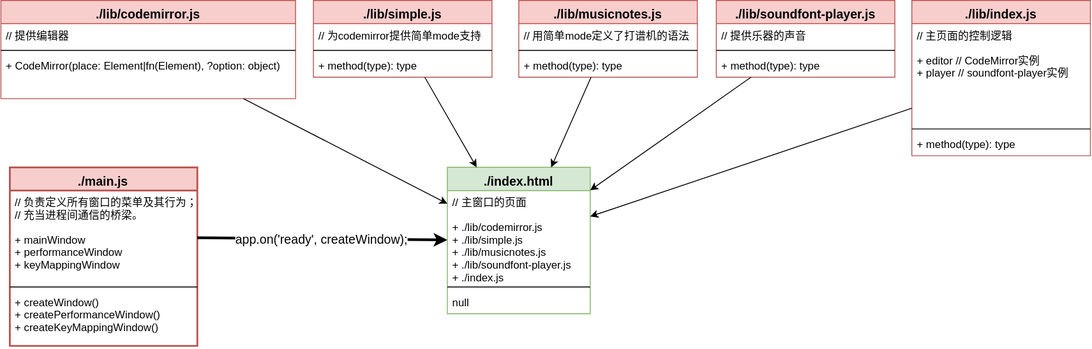
xieby1/DaPuJi keeps this draw.io diagram as readmePictures/打谱机结构图.svg. Above is the earlier version. Source tidied: cells renumbered, new cells last; positions are measured from the earlier drawing's top-left corner, leaving out a move shared by most shapes.
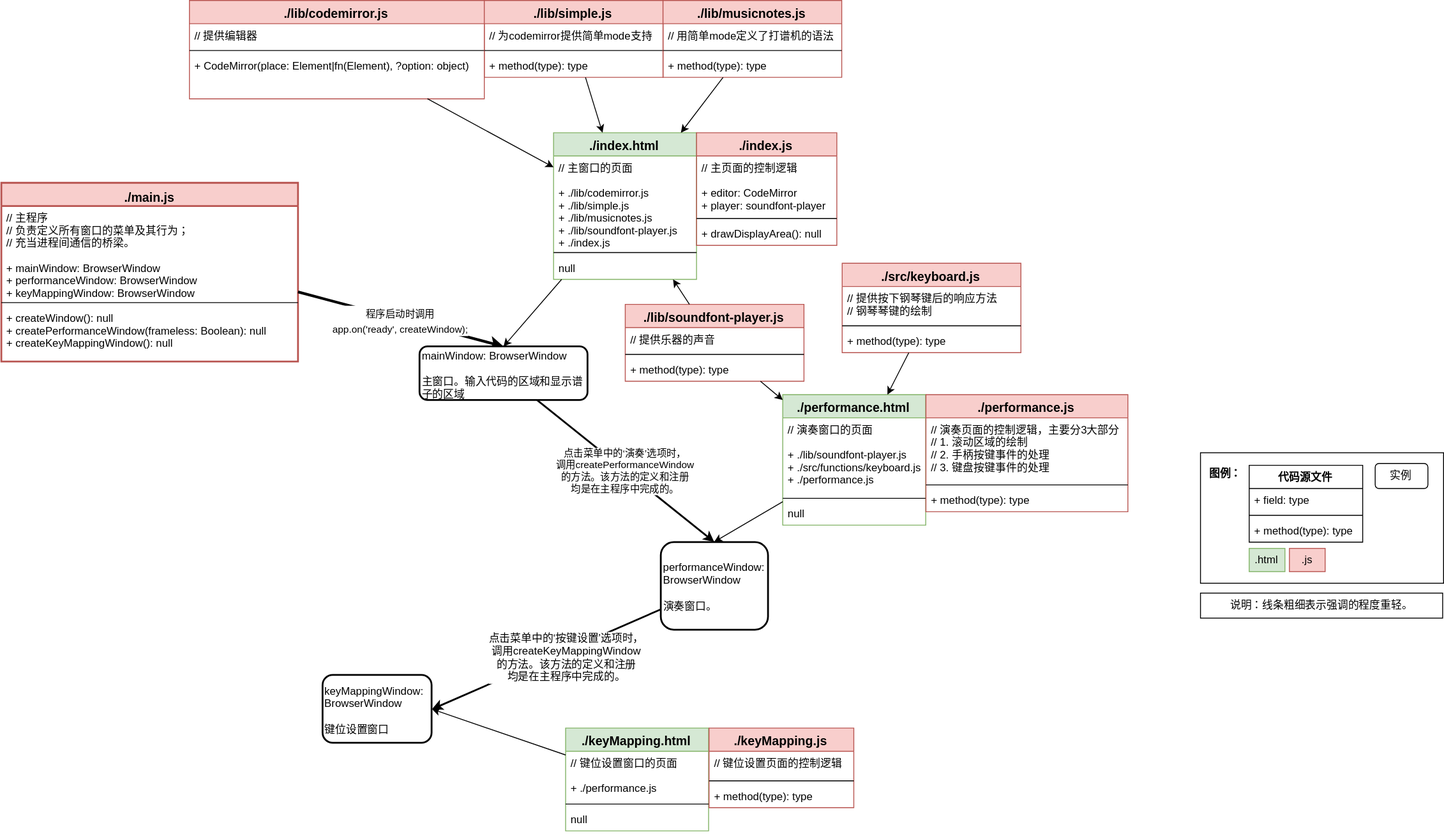
The same diagram one commit later.

Commit message:
更新代码结构图，update code structure diagram in Chinese

Change to the diagram source:
```diff
@@ -3,19 +3,19 @@
     <mxCell id="0" />
     <mxCell id="1" parent="0" />
     <mxCell id="2" value="./main.js" style="swimlane;fontStyle=1;align=center;verticalAlign=top;horizontal=1;startSize=26;fontSize=14;fillColor=#f8cecc;strokeColor=#b85450;strokeWidth=2;" parent="1" vertex="1">
-      <mxGeometry x="10" y="187" width="210" height="200" as="geometry" />
+      <mxGeometry x="-118" y="204" width="332" height="200" as="geometry" />
     </mxCell>
-    <mxCell id="3" value="// 负责定义所有窗口的菜单及其行为；&#10;// 充当进程间通信的桥梁。&#10;&#10;+ mainWindow&#10;+ performanceWindow&#10;+ keyMappingWindow&#10;" style="text;strokeColor=none;fillColor=none;align=left;verticalAlign=top;spacingLeft=4;spacingRight=4;overflow=hidden;points=[[0,0.5],[1,0.5]];portConstraint=eastwest;" parent="2" vertex="1">
-      <mxGeometry y="26" width="210" height="104" as="geometry" />
+    <mxCell id="3" value="// 主程序&#10;// 负责定义所有窗口的菜单及其行为；&#10;// 充当进程间通信的桥梁。&#10;&#10;+ mainWindow: BrowserWindow&#10;+ performanceWindow: BrowserWindow&#10;+ keyMappingWindow: BrowserWindow&#10;" style="text;strokeColor=none;fillColor=none;align=left;verticalAlign=top;spacingLeft=4;spacingRight=4;overflow=hidden;points=[[0,0.5],[1,0.5]];portConstraint=eastwest;" parent="2" vertex="1">
+      <mxGeometry y="26" width="332" height="104" as="geometry" />
     </mxCell>
     <mxCell id="4" style="line;strokeWidth=1;fillColor=none;align=left;verticalAlign=middle;spacingTop=-1;spacingLeft=3;spacingRight=3;labelPosition=right;" parent="2" vertex="1">
-      <mxGeometry y="130" width="210" height="8" as="geometry" />
+      <mxGeometry y="130" width="332" height="8" as="geometry" />
     </mxCell>
-    <mxCell id="5" value="+ createWindow()&#10;+ createPerformanceWindow()&#10;+ createKeyMappingWindow()&#10;" style="text;strokeColor=none;fillColor=none;align=left;verticalAlign=top;spacingLeft=4;spacingRight=4;overflow=hidden;" parent="2" vertex="1">
-      <mxGeometry y="138" width="210" height="62" as="geometry" />
+    <mxCell id="5" value="+ createWindow(): null&#10;+ createPerformanceWindow(frameless: Boolean): null&#10;+ createKeyMappingWindow(): null&#10;" style="text;strokeColor=none;fillColor=none;align=left;verticalAlign=top;spacingLeft=4;spacingRight=4;overflow=hidden;" parent="2" vertex="1">
+      <mxGeometry y="138" width="332" height="62" as="geometry" />
     </mxCell>
     <mxCell id="6" value="./index.html" style="swimlane;fontStyle=1;align=center;verticalAlign=top;horizontal=1;startSize=26;fontSize=14;fillColor=#d5e8d4;strokeColor=#82b366;" parent="1" vertex="1">
-      <mxGeometry x="500" y="187" width="160" height="164" as="geometry" />
+      <mxGeometry x="500" y="148" width="160" height="164" as="geometry" />
     </mxCell>
     <mxCell id="7" value="// 主窗口的页面&#10;&#10;+ ./lib/codemirror.js&#10;+ ./lib/simple.js&#10;+ ./lib/musicnotes.js&#10;+ ./lib/soundfont-player.js&#10;+ ./index.js&#10;" style="text;strokeColor=none;fillColor=none;align=left;verticalAlign=top;spacingLeft=4;spacingRight=4;overflow=hidden;" parent="6" vertex="1">
       <mxGeometry y="26" width="160" height="104" as="geometry" />
@@ -26,11 +26,11 @@
     <mxCell id="9" value="null" style="text;strokeColor=none;fillColor=none;align=left;verticalAlign=top;spacingLeft=4;spacingRight=4;overflow=hidden;" parent="6" vertex="1">
       <mxGeometry y="138" width="160" height="26" as="geometry" />
     </mxCell>
-    <mxCell id="10" value="&lt;span&gt;app.&lt;/span&gt;&lt;span&gt;on&lt;/span&gt;&lt;span&gt;(&lt;/span&gt;&lt;span&gt;'ready'&lt;/span&gt;&lt;span&gt;, &lt;/span&gt;&lt;span&gt;createWindow&lt;/span&gt;&lt;span&gt;)&lt;/span&gt;&lt;span&gt;;&lt;/span&gt;" style="endArrow=classic;html=1;fontSize=14;strokeWidth=3;" parent="1" edge="1" source="3" target="6">
+    <mxCell id="10" value="&lt;font style=&quot;font-size: 11px&quot;&gt;&lt;span&gt;程序启动时调用&lt;br&gt;app.&lt;/span&gt;&lt;span&gt;on&lt;/span&gt;&lt;span&gt;(&lt;/span&gt;&lt;span&gt;'ready'&lt;/span&gt;&lt;span&gt;, &lt;/span&gt;&lt;span&gt;createWindow&lt;/span&gt;&lt;span&gt;)&lt;/span&gt;&lt;span&gt;;&lt;/span&gt;&lt;/font&gt;" style="endArrow=classic;html=1;fontSize=14;strokeWidth=3;entryX=0.5;entryY=0;entryDx=0;entryDy=0;" parent="1" edge="1" source="3" target="40">
       <mxGeometry relative="1" as="geometry" />
     </mxCell>
     <mxCell id="11" value="./lib/codemirror.js" style="swimlane;fontStyle=1;align=center;verticalAlign=top;horizontal=1;startSize=26;fontSize=14;fillColor=#f8cecc;strokeColor=#b85450;" parent="1" vertex="1">
-      <mxGeometry width="330" height="110" as="geometry" />
+      <mxGeometry x="92.5" width="330" height="110" as="geometry" />
     </mxCell>
     <mxCell id="12" value="// 提供编辑器" style="text;strokeColor=none;fillColor=none;align=left;verticalAlign=top;spacingLeft=4;spacingRight=4;overflow=hidden;" parent="11" vertex="1">
       <mxGeometry y="26" width="330" height="26" as="geometry" />
@@ -42,7 +42,7 @@
       <mxGeometry y="60" width="330" height="50" as="geometry" />
     </mxCell>
     <mxCell id="15" value="./lib/simple.js" style="swimlane;fontStyle=1;align=center;verticalAlign=top;horizontal=1;startSize=26;fontSize=14;fillColor=#f8cecc;strokeColor=#b85450;" parent="1" vertex="1">
-      <mxGeometry x="350" width="200" height="86" as="geometry" />
+      <mxGeometry x="422.5" width="200" height="86" as="geometry" />
     </mxCell>
     <mxCell id="16" value="// 为codemirror提供简单mode支持" style="text;strokeColor=none;fillColor=none;align=left;verticalAlign=top;spacingLeft=4;spacingRight=4;overflow=hidden;" parent="15" vertex="1">
       <mxGeometry y="26" width="200" height="26" as="geometry" />
@@ -54,7 +54,7 @@
       <mxGeometry y="60" width="200" height="26" as="geometry" />
     </mxCell>
     <mxCell id="19" value="./lib/musicnotes.js" style="swimlane;fontStyle=1;align=center;verticalAlign=top;horizontal=1;startSize=26;fontSize=14;fillColor=#f8cecc;strokeColor=#b85450;" parent="1" vertex="1">
-      <mxGeometry x="580" width="200" height="86" as="geometry" />
+      <mxGeometry x="622.5" width="200" height="86" as="geometry" />
     </mxCell>
     <mxCell id="20" value="// 用简单mode定义了打谱机的语法" style="text;strokeColor=none;fillColor=none;align=left;verticalAlign=top;spacingLeft=4;spacingRight=4;overflow=hidden;" parent="19" vertex="1">
       <mxGeometry y="26" width="200" height="26" as="geometry" />
@@ -66,7 +66,7 @@
       <mxGeometry y="60" width="200" height="26" as="geometry" />
     </mxCell>
     <mxCell id="23" value="./lib/soundfont-player.js" style="swimlane;fontStyle=1;align=center;verticalAlign=top;horizontal=1;startSize=26;fontSize=14;fillColor=#f8cecc;strokeColor=#b85450;" parent="1" vertex="1">
-      <mxGeometry x="801.2" width="200" height="86" as="geometry" />
+      <mxGeometry x="580.2" y="340" width="200" height="86" as="geometry" />
     </mxCell>
     <mxCell id="24" value="// 提供乐器的声音" style="text;strokeColor=none;fillColor=none;align=left;verticalAlign=top;spacingLeft=4;spacingRight=4;overflow=hidden;" parent="23" vertex="1">
       <mxGeometry y="26" width="200" height="26" as="geometry" />
@@ -77,17 +77,17 @@
     <mxCell id="26" value="+ method(type): type" style="text;strokeColor=none;fillColor=none;align=left;verticalAlign=top;spacingLeft=4;spacingRight=4;overflow=hidden;" parent="23" vertex="1">
       <mxGeometry y="60" width="200" height="26" as="geometry" />
     </mxCell>
-    <mxCell id="27" value="./lib/index.js" style="swimlane;fontStyle=1;align=center;verticalAlign=top;horizontal=1;startSize=26;fontSize=14;fillColor=#f8cecc;strokeColor=#b85450;" parent="1" vertex="1">
-      <mxGeometry x="1020.2" width="200" height="174" as="geometry" />
+    <mxCell id="27" value="./index.js" style="swimlane;fontStyle=1;align=center;verticalAlign=top;horizontal=1;startSize=26;fontSize=14;fillColor=#f8cecc;strokeColor=#b85450;" parent="1" vertex="1">
+      <mxGeometry x="660" y="148" width="157" height="126" as="geometry" />
     </mxCell>
-    <mxCell id="28" value="// 主页面的控制逻辑&#10;&#10;+ editor // CodeMirror实例&#10;+ player // soundfont-player实例&#10;" style="text;strokeColor=none;fillColor=none;align=left;verticalAlign=top;spacingLeft=4;spacingRight=4;overflow=hidden;" parent="27" vertex="1">
-      <mxGeometry y="26" width="200" height="114" as="geometry" />
+    <mxCell id="28" value="// 主页面的控制逻辑&#10;&#10;+ editor: CodeMirror&#10;+ player: soundfont-player&#10;" style="text;strokeColor=none;fillColor=none;align=left;verticalAlign=top;spacingLeft=4;spacingRight=4;overflow=hidden;" parent="27" vertex="1">
+      <mxGeometry y="26" width="157" height="66" as="geometry" />
     </mxCell>
     <mxCell id="29" style="line;strokeWidth=1;fillColor=none;align=left;verticalAlign=middle;spacingTop=-1;spacingLeft=3;spacingRight=3;labelPosition=right;" parent="27" vertex="1">
-      <mxGeometry y="140" width="200" height="8" as="geometry" />
+      <mxGeometry y="92" width="157" height="8" as="geometry" />
     </mxCell>
-    <mxCell id="30" value="+ method(type): type" style="text;strokeColor=none;fillColor=none;align=left;verticalAlign=top;spacingLeft=4;spacingRight=4;overflow=hidden;" parent="27" vertex="1">
-      <mxGeometry y="148" width="200" height="26" as="geometry" />
+    <mxCell id="30" value="+ drawDisplayArea(): null" style="text;strokeColor=none;fillColor=none;align=left;verticalAlign=top;spacingLeft=4;spacingRight=4;overflow=hidden;" parent="27" vertex="1">
+      <mxGeometry y="100" width="157" height="26" as="geometry" />
     </mxCell>
     <mxCell id="31" style="endArrow=classic;html=1;fontSize=14;" parent="1" edge="1" source="11" target="6">
       <mxGeometry relative="1" as="geometry" />
@@ -104,5 +104,133 @@
     <mxCell id="35" style="endArrow=classic;html=1;fontSize=14;" parent="1" edge="1" source="27" target="6">
       <mxGeometry relative="1" as="geometry" />
     </mxCell>
+    <mxCell id="36" value="./performance.html" style="swimlane;fontStyle=1;align=center;verticalAlign=top;horizontal=1;startSize=26;fontSize=14;fillColor=#d5e8d4;strokeColor=#82b366;" parent="1" vertex="1">
+      <mxGeometry x="756.5" y="441" width="160" height="146" as="geometry" />
+    </mxCell>
+    <mxCell id="37" value="// 演奏窗口的页面&#10;&#10;+ ./lib/soundfont-player.js&#10;+ ./src/functions/keyboard.js&#10;+ ./performance.js&#10;" style="text;strokeColor=none;fillColor=none;align=left;verticalAlign=top;spacingLeft=4;spacingRight=4;overflow=hidden;" parent="36" vertex="1">
+      <mxGeometry y="26" width="160" height="86" as="geometry" />
+    </mxCell>
+    <mxCell id="38" style="line;strokeWidth=1;fillColor=none;align=left;verticalAlign=middle;spacingTop=-1;spacingLeft=3;spacingRight=3;labelPosition=right;" parent="36" vertex="1">
+      <mxGeometry y="112" width="160" height="8" as="geometry" />
+    </mxCell>
+    <mxCell id="39" value="null" style="text;strokeColor=none;fillColor=none;align=left;verticalAlign=top;spacingLeft=4;spacingRight=4;overflow=hidden;" parent="36" vertex="1">
+      <mxGeometry y="120" width="160" height="26" as="geometry" />
+    </mxCell>
+    <mxCell id="40" value="&lt;div style=&quot;text-align: left&quot;&gt;&lt;span&gt;mainWindow: BrowserWindow&lt;/span&gt;&lt;/div&gt;&lt;div style=&quot;text-align: left&quot;&gt;&lt;span&gt;&lt;br&gt;&lt;/span&gt;&lt;/div&gt;&lt;div style=&quot;text-align: left&quot;&gt;主窗口。输入代码的区域和显示谱子的区域&lt;/div&gt;" style="rounded=1;whiteSpace=wrap;html=1;strokeWidth=2;" parent="1" vertex="1">
+      <mxGeometry x="350" y="387" width="188" height="60" as="geometry" />
+    </mxCell>
+    <mxCell id="41" style="endArrow=classic;html=1;strokeWidth=1;entryX=0.5;entryY=0;entryDx=0;entryDy=0;" parent="1" edge="1" source="6" target="40">
+      <mxGeometry relative="1" as="geometry" />
+    </mxCell>
+    <mxCell id="42" value="点击菜单中的‘演奏’选项时，&lt;br&gt;调用createPerformanceWindow&lt;br&gt;的方法。该方法的定义和注册&lt;br&gt;均是在主程序中完成的。&lt;br&gt;" style="endArrow=classic;html=1;strokeWidth=2;entryX=0.5;entryY=0;entryDx=0;entryDy=0;" parent="1" edge="1" source="40" target="43">
+      <mxGeometry relative="1" as="geometry" />
+    </mxCell>
+    <mxCell id="43" value="&lt;div style=&quot;text-align: left&quot;&gt;&lt;span&gt;performanceWindow: BrowserWindow&lt;/span&gt;&lt;/div&gt;&lt;div style=&quot;text-align: left&quot;&gt;&lt;span&gt;&lt;br&gt;&lt;/span&gt;&lt;/div&gt;&lt;div style=&quot;text-align: left&quot;&gt;演奏窗口。&lt;/div&gt;" style="rounded=1;whiteSpace=wrap;html=1;strokeWidth=2;" parent="1" vertex="1">
+      <mxGeometry x="620" y="606" width="120" height="98" as="geometry" />
+    </mxCell>
+    <mxCell id="44" style="group;" parent="1" vertex="1">
+      <mxGeometry x="1224" y="506" width="272" height="146" as="geometry" />
+    </mxCell>
+    <mxCell id="45" style="rounded=0;whiteSpace=wrap;html=1;fillColor=#ffffff;strokeColor=#000000;" parent="44" vertex="1">
+      <mxGeometry width="272" height="146" as="geometry" />
+    </mxCell>
+    <mxCell id="46" value="&lt;b&gt;图例：&lt;/b&gt;&lt;br&gt;" style="text;html=1;strokeColor=none;fillColor=none;align=center;verticalAlign=middle;whiteSpace=wrap;rounded=0;" parent="44" vertex="1">
+      <mxGeometry x="7.5" y="13" width="40" height="20" as="geometry" />
+    </mxCell>
+    <mxCell id="47" value="代码源文件" style="swimlane;fontStyle=1;align=center;verticalAlign=top;horizontal=1;startSize=26;" parent="44" vertex="1">
+      <mxGeometry x="54.5" y="14" width="127" height="86" as="geometry" />
+    </mxCell>
+    <mxCell id="48" value="+ field: type" style="text;strokeColor=none;fillColor=none;align=left;verticalAlign=top;spacingLeft=4;spacingRight=4;overflow=hidden;" parent="47" vertex="1">
+      <mxGeometry y="26" width="127" height="26" as="geometry" />
+    </mxCell>
+    <mxCell id="49" style="line;strokeWidth=1;fillColor=none;align=left;verticalAlign=middle;spacingTop=-1;spacingLeft=3;spacingRight=3;labelPosition=right;" parent="47" vertex="1">
+      <mxGeometry y="52" width="127" height="8" as="geometry" />
+    </mxCell>
+    <mxCell id="50" value="+ method(type): type" style="text;strokeColor=none;fillColor=none;align=left;verticalAlign=top;spacingLeft=4;spacingRight=4;overflow=hidden;" parent="47" vertex="1">
+      <mxGeometry y="60" width="127" height="26" as="geometry" />
+    </mxCell>
+    <mxCell id="51" value="实例" style="rounded=1;whiteSpace=wrap;html=1;" parent="44" vertex="1">
+      <mxGeometry x="195.5" y="12" width="59" height="28" as="geometry" />
+    </mxCell>
+    <mxCell id="52" value=".html" style="rounded=0;whiteSpace=wrap;html=1;fillColor=#d5e8d4;strokeColor=#82b366;" parent="44" vertex="1">
+      <mxGeometry x="54.5" y="107" width="40" height="26" as="geometry" />
+    </mxCell>
+    <mxCell id="53" value=".js" style="rounded=0;whiteSpace=wrap;html=1;fillColor=#f8cecc;strokeColor=#b85450;" parent="44" vertex="1">
+      <mxGeometry x="99.5" y="107" width="40" height="26" as="geometry" />
+    </mxCell>
+    <mxCell id="54" value="&lt;div style=&quot;text-align: left&quot;&gt;&lt;span&gt;说明：线条粗细表示强调的程度重轻。&lt;/span&gt;&lt;/div&gt;" style="rounded=0;whiteSpace=wrap;html=1;strokeWidth=1;" parent="1" vertex="1">
+      <mxGeometry x="1224" y="663" width="271" height="28" as="geometry" />
+    </mxCell>
+    <mxCell id="55" style="endArrow=classic;html=1;strokeWidth=1;entryX=0.5;entryY=0;entryDx=0;entryDy=0;" parent="1" edge="1" source="36" target="43">
+      <mxGeometry relative="1" as="geometry" />
+    </mxCell>
+    <mxCell id="56" style="endArrow=classic;html=1;strokeWidth=1;" parent="1" edge="1" source="23" target="36">
+      <mxGeometry relative="1" as="geometry" />
+    </mxCell>
+    <mxCell id="57" value="./src/keyboard.js" style="swimlane;fontStyle=1;align=center;verticalAlign=top;horizontal=1;startSize=26;fontSize=14;fillColor=#f8cecc;strokeColor=#b85450;" parent="1" vertex="1">
+      <mxGeometry x="823" y="294" width="200" height="100" as="geometry" />
+    </mxCell>
+    <mxCell id="58" value="// 提供按下钢琴键后的响应方法&#10;// 钢琴琴键的绘制&#10;" style="text;strokeColor=none;fillColor=none;align=left;verticalAlign=top;spacingLeft=4;spacingRight=4;overflow=hidden;" parent="57" vertex="1">
+      <mxGeometry y="26" width="200" height="40" as="geometry" />
+    </mxCell>
+    <mxCell id="59" style="line;strokeWidth=1;fillColor=none;align=left;verticalAlign=middle;spacingTop=-1;spacingLeft=3;spacingRight=3;labelPosition=right;" parent="57" vertex="1">
+      <mxGeometry y="66" width="200" height="8" as="geometry" />
+    </mxCell>
+    <mxCell id="60" value="+ method(type): type" style="text;strokeColor=none;fillColor=none;align=left;verticalAlign=top;spacingLeft=4;spacingRight=4;overflow=hidden;" parent="57" vertex="1">
+      <mxGeometry y="74" width="200" height="26" as="geometry" />
+    </mxCell>
+    <mxCell id="61" style="endArrow=classic;html=1;strokeWidth=1;" parent="1" edge="1" source="57" target="36">
+      <mxGeometry relative="1" as="geometry" />
+    </mxCell>
+    <mxCell id="62" value="./performance.js" style="swimlane;fontStyle=1;align=center;verticalAlign=top;horizontal=1;startSize=26;fontSize=14;fillColor=#f8cecc;strokeColor=#b85450;" parent="1" vertex="1">
+      <mxGeometry x="916.7" y="441" width="226" height="131" as="geometry" />
+    </mxCell>
+    <mxCell id="63" value="// 演奏页面的控制逻辑，主要分3大部分&#10;// 1. 滚动区域的绘制&#10;// 2. 手柄按键事件的处理&#10;// 3. 键盘按键事件的处理&#10;" style="text;strokeColor=none;fillColor=none;align=left;verticalAlign=top;spacingLeft=4;spacingRight=4;overflow=hidden;" parent="62" vertex="1">
+      <mxGeometry y="26" width="226" height="71" as="geometry" />
+    </mxCell>
+    <mxCell id="64" style="line;strokeWidth=1;fillColor=none;align=left;verticalAlign=middle;spacingTop=-1;spacingLeft=3;spacingRight=3;labelPosition=right;" parent="62" vertex="1">
+      <mxGeometry y="97" width="226" height="8" as="geometry" />
+    </mxCell>
+    <mxCell id="65" value="+ method(type): type" style="text;strokeColor=none;fillColor=none;align=left;verticalAlign=top;spacingLeft=4;spacingRight=4;overflow=hidden;" parent="62" vertex="1">
+      <mxGeometry y="105" width="226" height="26" as="geometry" />
+    </mxCell>
+    <mxCell id="66" value="&lt;div style=&quot;text-align: left&quot;&gt;&lt;span&gt;keyMappingWindow: BrowserWindow&lt;/span&gt;&lt;/div&gt;&lt;div style=&quot;text-align: left&quot;&gt;&lt;br&gt;&lt;/div&gt;&lt;div style=&quot;text-align: left&quot;&gt;键位设置窗口&lt;/div&gt;" style="rounded=1;whiteSpace=wrap;html=1;strokeWidth=2;" parent="1" vertex="1">
+      <mxGeometry x="241.5" y="754.5" width="122" height="76" as="geometry" />
+    </mxCell>
+    <mxCell id="67" style="endArrow=classic;html=1;strokeWidth=2;entryX=1;entryY=0.5;entryDx=0;entryDy=0;" parent="1" edge="1" source="43" target="66">
+      <mxGeometry relative="1" as="geometry" />
+    </mxCell>
+    <mxCell id="68" value="&lt;span&gt;点击菜单中的‘按键设置’选项时，&lt;/span&gt;&lt;br&gt;&lt;span&gt;调用createKeyMappingWindow&lt;/span&gt;&lt;br&gt;&lt;span&gt;的方法。该方法的定义和注册&lt;/span&gt;&lt;br&gt;&lt;span&gt;均是在主程序中完成的。&lt;/span&gt;" style="text;html=1;align=center;verticalAlign=middle;labelBackgroundColor=#ffffff;" parent="67" vertex="1">
+      <mxGeometry x="-0.16" y="4" relative="1" as="geometry">
+        <mxPoint y="1" as="offset" />
+      </mxGeometry>
+    </mxCell>
+    <mxCell id="69" value="./keyMapping.html" style="swimlane;fontStyle=1;align=center;verticalAlign=top;horizontal=1;startSize=26;fontSize=14;fillColor=#d5e8d4;strokeColor=#82b366;" parent="1" vertex="1">
+      <mxGeometry x="513.5" y="814" width="160" height="115" as="geometry" />
+    </mxCell>
+    <mxCell id="70" value="// 键位设置窗口的页面&#10;&#10;+ ./performance.js&#10;" style="text;strokeColor=none;fillColor=none;align=left;verticalAlign=top;spacingLeft=4;spacingRight=4;overflow=hidden;" parent="69" vertex="1">
+      <mxGeometry y="26" width="160" height="55" as="geometry" />
+    </mxCell>
+    <mxCell id="71" style="line;strokeWidth=1;fillColor=none;align=left;verticalAlign=middle;spacingTop=-1;spacingLeft=3;spacingRight=3;labelPosition=right;" parent="69" vertex="1">
+      <mxGeometry y="81" width="160" height="8" as="geometry" />
+    </mxCell>
+    <mxCell id="72" value="null" style="text;strokeColor=none;fillColor=none;align=left;verticalAlign=top;spacingLeft=4;spacingRight=4;overflow=hidden;" parent="69" vertex="1">
+      <mxGeometry y="89" width="160" height="26" as="geometry" />
+    </mxCell>
+    <mxCell id="73" value="./keyMapping.js" style="swimlane;fontStyle=1;align=center;verticalAlign=top;horizontal=1;startSize=26;fontSize=14;fillColor=#f8cecc;strokeColor=#b85450;" parent="1" vertex="1">
+      <mxGeometry x="674" y="814" width="162" height="89" as="geometry" />
+    </mxCell>
+    <mxCell id="74" value="// 键位设置页面的控制逻辑&#10;" style="text;strokeColor=none;fillColor=none;align=left;verticalAlign=top;spacingLeft=4;spacingRight=4;overflow=hidden;" parent="73" vertex="1">
+      <mxGeometry y="26" width="162" height="29" as="geometry" />
+    </mxCell>
+    <mxCell id="75" style="line;strokeWidth=1;fillColor=none;align=left;verticalAlign=middle;spacingTop=-1;spacingLeft=3;spacingRight=3;labelPosition=right;" parent="73" vertex="1">
+      <mxGeometry y="55" width="162" height="8" as="geometry" />
+    </mxCell>
+    <mxCell id="76" value="+ method(type): type" style="text;strokeColor=none;fillColor=none;align=left;verticalAlign=top;spacingLeft=4;spacingRight=4;overflow=hidden;" parent="73" vertex="1">
+      <mxGeometry y="63" width="162" height="26" as="geometry" />
+    </mxCell>
+    <mxCell id="77" style="endArrow=classic;html=1;strokeWidth=1;entryX=1;entryY=0.5;entryDx=0;entryDy=0;" parent="1" edge="1" source="69" target="66">
+      <mxGeometry relative="1" as="geometry" />
+    </mxCell>
   </root>
 </mxGraphModel>
```
